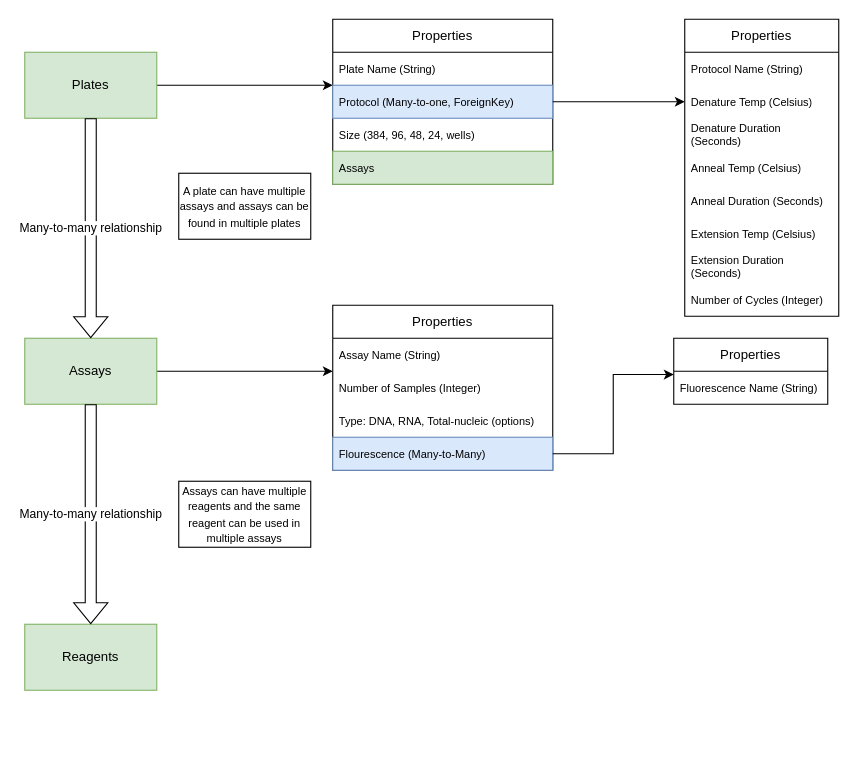
Above: page "Plate Schema" (5 of 5) of Untitled Diagram.drawio in FusRaDa/pcr-paperwork-website-draw (draw.io), before the change. Source tidied: cells renumbered, new cells numbered last; positions are measured from the earlier drawing's top-left corner, leaving out a move shared by most shapes. Both pictures are drawn from the tidied source at 110%, with x=0, y=0 at pixel (24, 19).
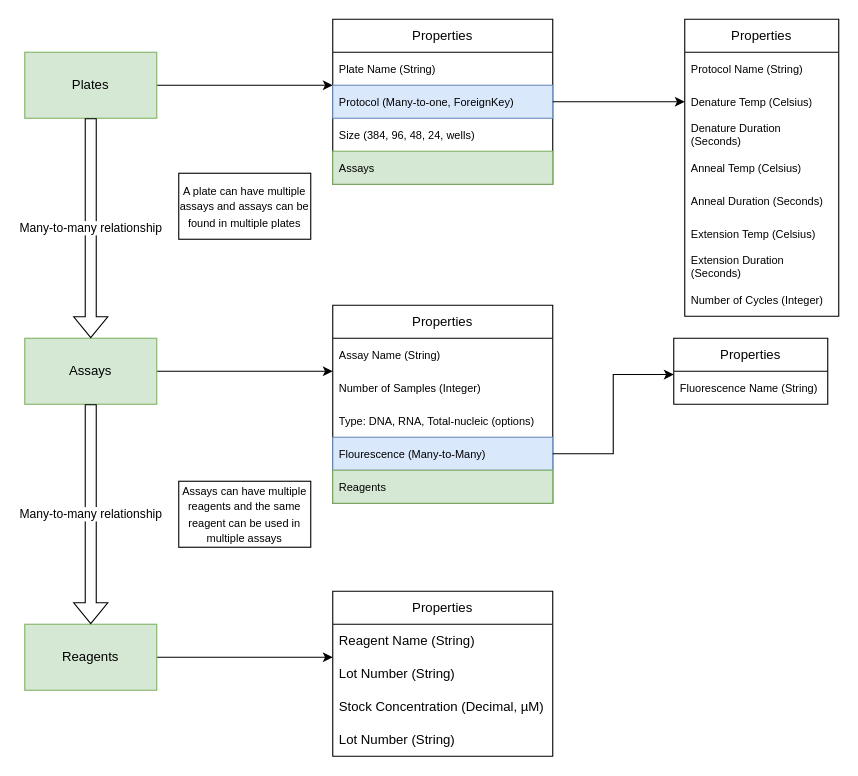
The same diagram, later.

The change refers to these unchanged cells:
```xml
<mxCell id="6" value="Reagents" style="rounded=0;whiteSpace=wrap;html=1;fillColor=#d5e8d4;strokeColor=#82b366;" parent="1" vertex="1">
  <mxGeometry y="550" width="120" height="60" as="geometry" />
</mxCell>
```

What changed in the source:
```diff
@@
+    <mxCell id="34" style="edgeStyle=orthogonalEdgeStyle;rounded=0;jettySize=auto;html=1;" parent="1" edge="1" source="6">
+      <mxGeometry relative="1" as="geometry">
+        <mxPoint x="280" y="580" as="targetPoint" />
+      </mxGeometry>
+    </mxCell>
@@
     <mxCell id="26" value="Properties" style="swimlane;fontStyle=0;horizontal=1;startSize=30;whiteSpace=wrap;html=1;" parent="1" vertex="1">
-      <mxGeometry x="280" y="260" width="200" height="150" as="geometry" />
+      <mxGeometry x="280" y="260" width="200" height="180" as="geometry" />
     </mxCell>
@@
+    <mxCell id="35" value="Reagents" style="text;strokeColor=#82b366;fillColor=#d5e8d4;align=left;verticalAlign=middle;spacingLeft=4;spacingRight=4;overflow=hidden;whiteSpace=wrap;html=1;fontSize=10;" parent="26" vertex="1">
+      <mxGeometry y="150" width="200" height="30" as="geometry" />
+    </mxCell>
@@
+    <mxCell id="36" value="Properties" style="swimlane;fontStyle=0;horizontal=1;startSize=30;whiteSpace=wrap;html=1;" parent="1" vertex="1">
+      <mxGeometry x="280" y="520" width="200" height="150" as="geometry" />
+    </mxCell>
+    <mxCell id="37" value="Reagent Name (String)" style="text;strokeColor=none;fillColor=none;align=left;verticalAlign=middle;spacingLeft=4;spacingRight=4;overflow=hidden;whiteSpace=wrap;html=1;" parent="36" vertex="1">
+      <mxGeometry y="30" width="200" height="30" as="geometry" />
+    </mxCell>
+    <mxCell id="38" value="Lot Number (String)" style="text;strokeColor=none;fillColor=none;align=left;verticalAlign=middle;spacingLeft=4;spacingRight=4;overflow=hidden;whiteSpace=wrap;html=1;" parent="36" vertex="1">
+      <mxGeometry y="60" width="200" height="30" as="geometry" />
+    </mxCell>
+    <mxCell id="39" value="Stock Concentration (Decimal, µM)" style="text;strokeColor=none;fillColor=none;align=left;verticalAlign=middle;spacingLeft=4;spacingRight=4;overflow=hidden;whiteSpace=wrap;html=1;" parent="36" vertex="1">
+      <mxGeometry y="90" width="200" height="30" as="geometry" />
+    </mxCell>
+    <mxCell id="40" value="Lot Number (String)" style="text;strokeColor=none;fillColor=none;align=left;verticalAlign=middle;spacingLeft=4;spacingRight=4;overflow=hidden;whiteSpace=wrap;html=1;" parent="36" vertex="1">
+      <mxGeometry y="120" width="200" height="30" as="geometry" />
+    </mxCell>
```
